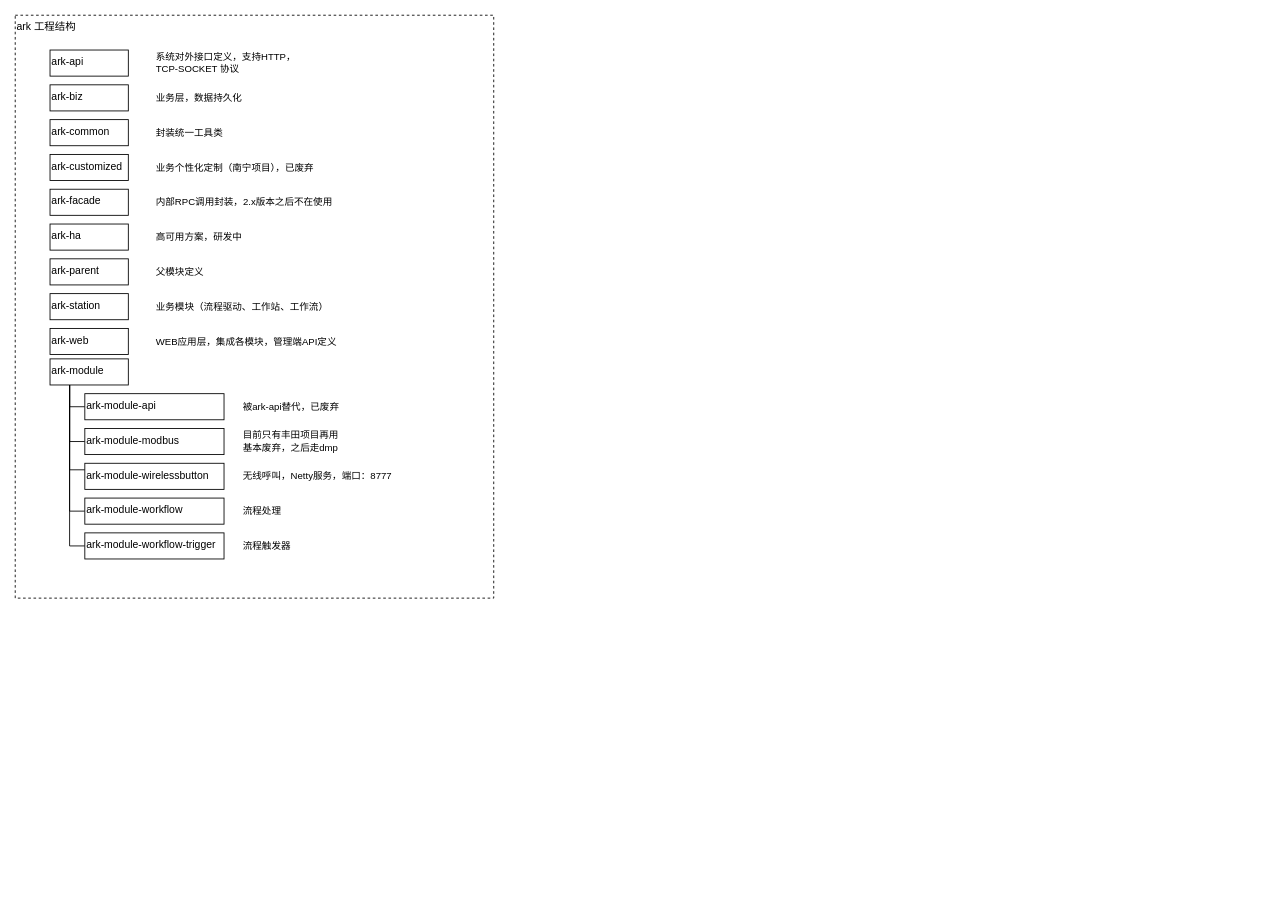
Earlier version of the draw.io diagram page "系统说明" (1 of 3) of Untitled Diagram.drawio (haojava/diagrams). Source tidied: cells renumbered, new cells numbered last; positions are measured from the earlier drawing's top-left corner, leaving out a move shared by most shapes. Both pictures are drawn from the tidied source at 87%, with x=0, y=0 at pixel (15, 15).
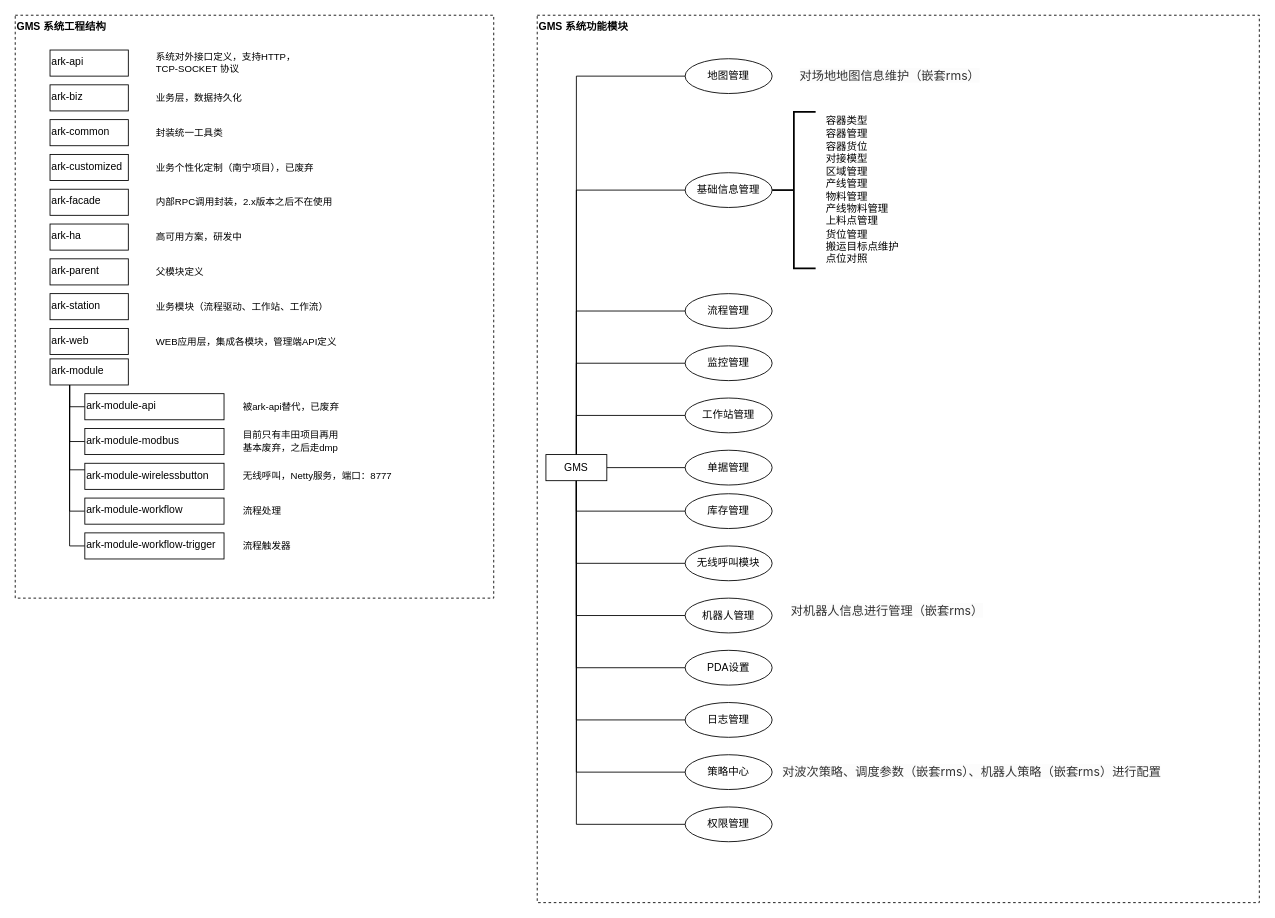
The same diagram, later.

Change to the diagram source:
```diff
@@
-    <mxCell id="2" value="ark 工程结构" style="rounded=0;whiteSpace=wrap;html=1;align=left;verticalAlign=top;dashed=1;" parent="1" vertex="1">
+    <mxCell id="2" value="GMS 系统工程结构" style="rounded=0;whiteSpace=wrap;html=1;align=left;verticalAlign=top;dashed=1;fontStyle=1;" parent="1" vertex="1">
       <mxGeometry width="550" height="670" as="geometry" />
     </mxCell>
@@
+    <mxCell id="37" value="GMS 系统功能模块" style="rounded=0;whiteSpace=wrap;html=1;align=left;verticalAlign=top;dashed=1;fontStyle=1;" parent="1" vertex="1">
+      <mxGeometry x="600" width="830" height="1020" as="geometry" />
+    </mxCell>
+    <mxCell id="38" style="edgeStyle=orthogonalEdgeStyle;rounded=0;jettySize=auto;html=1;endArrow=none;endFill=0;" parent="1" edge="1" source="51" target="52">
+      <mxGeometry relative="1" as="geometry">
+        <Array as="points">
+          <mxPoint x="645" y="70" />
+        </Array>
+      </mxGeometry>
+    </mxCell>
+    <mxCell id="39" style="edgeStyle=orthogonalEdgeStyle;rounded=0;jettySize=auto;html=1;exitX=0.5;exitY=0;exitDx=0;exitDy=0;entryX=0;entryY=0.5;entryDx=0;entryDy=0;endArrow=none;endFill=0;" parent="1" edge="1" source="51" target="69">
+      <mxGeometry relative="1" as="geometry" />
+    </mxCell>
+    <mxCell id="40" style="edgeStyle=orthogonalEdgeStyle;rounded=0;jettySize=auto;html=1;exitX=0.5;exitY=0;exitDx=0;exitDy=0;entryX=0;entryY=0.5;entryDx=0;entryDy=0;endArrow=none;endFill=0;" parent="1" edge="1" source="51" target="55">
+      <mxGeometry relative="1" as="geometry" />
+    </mxCell>
+    <mxCell id="41" style="edgeStyle=orthogonalEdgeStyle;rounded=0;jettySize=auto;html=1;exitX=0.5;exitY=0;exitDx=0;exitDy=0;entryX=0;entryY=0.5;entryDx=0;entryDy=0;endArrow=none;endFill=0;" parent="1" edge="1" source="51" target="56">
+      <mxGeometry relative="1" as="geometry" />
+    </mxCell>
+    <mxCell id="42" style="edgeStyle=orthogonalEdgeStyle;rounded=0;jettySize=auto;html=1;exitX=0.5;exitY=0;exitDx=0;exitDy=0;entryX=0;entryY=0.5;entryDx=0;entryDy=0;endArrow=none;endFill=0;" parent="1" edge="1" source="51" target="57">
+      <mxGeometry relative="1" as="geometry" />
+    </mxCell>
+    <mxCell id="43" style="edgeStyle=orthogonalEdgeStyle;rounded=0;jettySize=auto;html=1;exitX=1;exitY=0.5;exitDx=0;exitDy=0;entryX=0;entryY=0.5;entryDx=0;entryDy=0;endArrow=none;endFill=0;" parent="1" edge="1" source="51" target="58">
+      <mxGeometry relative="1" as="geometry" />
+    </mxCell>
+    <mxCell id="44" style="edgeStyle=orthogonalEdgeStyle;rounded=0;jettySize=auto;html=1;exitX=0.5;exitY=1;exitDx=0;exitDy=0;entryX=0;entryY=0.5;entryDx=0;entryDy=0;endArrow=none;endFill=0;" parent="1" edge="1" source="51" target="59">
+      <mxGeometry relative="1" as="geometry" />
+    </mxCell>
+    <mxCell id="45" style="edgeStyle=orthogonalEdgeStyle;rounded=0;jettySize=auto;html=1;exitX=0.5;exitY=1;exitDx=0;exitDy=0;entryX=0;entryY=0.5;entryDx=0;entryDy=0;endArrow=none;endFill=0;" parent="1" edge="1" source="51" target="60">
+      <mxGeometry relative="1" as="geometry" />
+    </mxCell>
+    <mxCell id="46" style="edgeStyle=orthogonalEdgeStyle;rounded=0;jettySize=auto;html=1;exitX=0.5;exitY=1;exitDx=0;exitDy=0;entryX=0;entryY=0.5;entryDx=0;entryDy=0;endArrow=none;endFill=0;" parent="1" edge="1" source="51" target="61">
+      <mxGeometry relative="1" as="geometry" />
+    </mxCell>
+    <mxCell id="47" style="edgeStyle=orthogonalEdgeStyle;rounded=0;jettySize=auto;html=1;exitX=0.5;exitY=1;exitDx=0;exitDy=0;entryX=0;entryY=0.5;entryDx=0;entryDy=0;endArrow=none;endFill=0;" parent="1" edge="1" source="51" target="62">
+      <mxGeometry relative="1" as="geometry" />
+    </mxCell>
+    <mxCell id="48" style="edgeStyle=orthogonalEdgeStyle;rounded=0;jettySize=auto;html=1;exitX=0.5;exitY=1;exitDx=0;exitDy=0;entryX=0;entryY=0.5;entryDx=0;entryDy=0;endArrow=none;endFill=0;" parent="1" edge="1" source="51" target="63">
+      <mxGeometry relative="1" as="geometry" />
+    </mxCell>
+    <mxCell id="49" style="edgeStyle=orthogonalEdgeStyle;rounded=0;jettySize=auto;html=1;exitX=0.5;exitY=1;exitDx=0;exitDy=0;entryX=0;entryY=0.5;entryDx=0;entryDy=0;endArrow=none;endFill=0;" parent="1" edge="1" source="51" target="64">
+      <mxGeometry relative="1" as="geometry" />
+    </mxCell>
+    <mxCell id="50" style="edgeStyle=orthogonalEdgeStyle;rounded=0;jettySize=auto;html=1;exitX=0.5;exitY=1;exitDx=0;exitDy=0;entryX=0;entryY=0.5;entryDx=0;entryDy=0;endArrow=none;endFill=0;" parent="1" edge="1" source="51" target="65">
+      <mxGeometry relative="1" as="geometry" />
+    </mxCell>
+    <mxCell id="51" value="GMS" style="rounded=0;whiteSpace=wrap;html=1;" parent="1" vertex="1">
+      <mxGeometry x="610" y="505" width="70" height="30" as="geometry" />
+    </mxCell>
+    <mxCell id="52" value="地图管理" style="ellipse;whiteSpace=wrap;html=1;rounded=0;" parent="1" vertex="1">
+      <mxGeometry x="770" y="50" width="100" height="40" as="geometry" />
+    </mxCell>
+    <mxCell id="53" style="strokeWidth=2;html=1;shape=mxgraph.flowchart.annotation_2;align=left;labelPosition=right;" parent="1" vertex="1">
+      <mxGeometry x="870" y="111" width="50" height="180" as="geometry" />
+    </mxCell>
+    <mxCell id="54" value="容器类型&lt;br&gt;容器管理&lt;br&gt;容器货位&lt;br&gt;对接模型&lt;br&gt;区域管理&lt;br&gt;产线管理&lt;br&gt;物料管理&lt;br&gt;产线物料管理&lt;br&gt;上料点管理&lt;br&gt;货位管理&lt;br&gt;搬运目标点维护&lt;br&gt;点位对照" style="text;html=1;strokeColor=none;fillColor=none;align=left;verticalAlign=middle;whiteSpace=wrap;rounded=0;" parent="1" vertex="1">
+      <mxGeometry x="930" y="116" width="150" height="170" as="geometry" />
+    </mxCell>
+    <mxCell id="55" value="流程管理" style="ellipse;whiteSpace=wrap;html=1;rounded=0;" parent="1" vertex="1">
+      <mxGeometry x="770" y="320" width="100" height="40" as="geometry" />
+    </mxCell>
+    <mxCell id="56" value="监控管理" style="ellipse;whiteSpace=wrap;html=1;rounded=0;" parent="1" vertex="1">
+      <mxGeometry x="770" y="380" width="100" height="40" as="geometry" />
+    </mxCell>
+    <mxCell id="57" value="工作站管理" style="ellipse;whiteSpace=wrap;html=1;rounded=0;" parent="1" vertex="1">
+      <mxGeometry x="770" y="440" width="100" height="40" as="geometry" />
+    </mxCell>
+    <mxCell id="58" value="单据管理" style="ellipse;whiteSpace=wrap;html=1;rounded=0;" parent="1" vertex="1">
+      <mxGeometry x="770" y="500" width="100" height="40" as="geometry" />
+    </mxCell>
+    <mxCell id="59" value="库存管理" style="ellipse;whiteSpace=wrap;html=1;rounded=0;" parent="1" vertex="1">
+      <mxGeometry x="770" y="550" width="100" height="40" as="geometry" />
+    </mxCell>
+    <mxCell id="60" value="无线呼叫模块" style="ellipse;whiteSpace=wrap;html=1;rounded=0;" parent="1" vertex="1">
+      <mxGeometry x="770" y="610" width="100" height="40" as="geometry" />
+    </mxCell>
+    <mxCell id="61" value="机器人管理" style="ellipse;whiteSpace=wrap;html=1;rounded=0;" parent="1" vertex="1">
+      <mxGeometry x="770" y="670" width="100" height="40" as="geometry" />
+    </mxCell>
+    <mxCell id="62" value="PDA设置" style="ellipse;whiteSpace=wrap;html=1;rounded=0;" parent="1" vertex="1">
+      <mxGeometry x="770" y="730" width="100" height="40" as="geometry" />
+    </mxCell>
+    <mxCell id="63" value="日志管理" style="ellipse;whiteSpace=wrap;html=1;rounded=0;" parent="1" vertex="1">
+      <mxGeometry x="770" y="790" width="100" height="40" as="geometry" />
+    </mxCell>
+    <mxCell id="64" value="策略中心" style="ellipse;whiteSpace=wrap;html=1;rounded=0;" parent="1" vertex="1">
+      <mxGeometry x="770" y="850" width="100" height="40" as="geometry" />
+    </mxCell>
+    <mxCell id="65" value="权限管理" style="ellipse;whiteSpace=wrap;html=1;rounded=0;" parent="1" vertex="1">
+      <mxGeometry x="770" y="910" width="100" height="40" as="geometry" />
+    </mxCell>
+    <mxCell id="66" value="&lt;span style=&quot;color: rgb(51, 51, 51); font-family: -apple-system, BlinkMacSystemFont, &amp;quot;Segoe UI&amp;quot;, Roboto, Oxygen, Ubuntu, &amp;quot;Fira Sans&amp;quot;, &amp;quot;Droid Sans&amp;quot;, &amp;quot;Helvetica Neue&amp;quot;, sans-serif; font-size: 14px; background-color: rgb(252, 252, 252);&quot;&gt;对波次策略、调度参数&lt;/span&gt;&lt;span style=&quot;color: rgb(51, 51, 51); font-family: -apple-system, BlinkMacSystemFont, &amp;quot;Segoe UI&amp;quot;, Roboto, Oxygen, Ubuntu, &amp;quot;Fira Sans&amp;quot;, &amp;quot;Droid Sans&amp;quot;, &amp;quot;Helvetica Neue&amp;quot;, sans-serif; font-size: 14px; background-color: rgb(252, 252, 252);&quot;&gt;（嵌套rms）&lt;/span&gt;&lt;span style=&quot;color: rgb(51, 51, 51); font-family: -apple-system, BlinkMacSystemFont, &amp;quot;Segoe UI&amp;quot;, Roboto, Oxygen, Ubuntu, &amp;quot;Fira Sans&amp;quot;, &amp;quot;Droid Sans&amp;quot;, &amp;quot;Helvetica Neue&amp;quot;, sans-serif; font-size: 14px; background-color: rgb(252, 252, 252);&quot;&gt;、机器人策略&lt;/span&gt;&lt;span style=&quot;color: rgb(51, 51, 51); font-family: -apple-system, BlinkMacSystemFont, &amp;quot;Segoe UI&amp;quot;, Roboto, Oxygen, Ubuntu, &amp;quot;Fira Sans&amp;quot;, &amp;quot;Droid Sans&amp;quot;, &amp;quot;Helvetica Neue&amp;quot;, sans-serif; font-size: 14px; background-color: rgb(252, 252, 252);&quot;&gt;（嵌套rms）&lt;/span&gt;&lt;span style=&quot;color: rgb(51, 51, 51); font-family: -apple-system, BlinkMacSystemFont, &amp;quot;Segoe UI&amp;quot;, Roboto, Oxygen, Ubuntu, &amp;quot;Fira Sans&amp;quot;, &amp;quot;Droid Sans&amp;quot;, &amp;quot;Helvetica Neue&amp;quot;, sans-serif; font-size: 14px; background-color: rgb(252, 252, 252);&quot;&gt;进行配置&lt;/span&gt;" style="text;html=1;strokeColor=none;fillColor=none;align=left;verticalAlign=middle;whiteSpace=wrap;rounded=0;" parent="1" vertex="1">
+      <mxGeometry x="880" y="855" width="460" height="30" as="geometry" />
+    </mxCell>
+    <mxCell id="67" value="&lt;span style=&quot;color: rgb(51, 51, 51); font-family: -apple-system, BlinkMacSystemFont, &amp;quot;Segoe UI&amp;quot;, Roboto, Oxygen, Ubuntu, &amp;quot;Fira Sans&amp;quot;, &amp;quot;Droid Sans&amp;quot;, &amp;quot;Helvetica Neue&amp;quot;, sans-serif; font-size: 14px; background-color: rgb(252, 252, 252);&quot;&gt;对机器人信息进行管理（嵌套rms）&lt;/span&gt;" style="text;html=1;strokeColor=none;fillColor=none;align=left;verticalAlign=middle;whiteSpace=wrap;rounded=0;" parent="1" vertex="1">
+      <mxGeometry x="890" y="670" width="280" height="30" as="geometry" />
+    </mxCell>
+    <mxCell id="68" value="&lt;span style=&quot;color: rgb(51, 51, 51); font-family: -apple-system, BlinkMacSystemFont, &amp;quot;Segoe UI&amp;quot;, Roboto, Oxygen, Ubuntu, &amp;quot;Fira Sans&amp;quot;, &amp;quot;Droid Sans&amp;quot;, &amp;quot;Helvetica Neue&amp;quot;, sans-serif; font-size: 14px; background-color: rgb(252, 252, 252);&quot;&gt;对场地地图信息维护&lt;/span&gt;&lt;span style=&quot;color: rgb(51, 51, 51); font-family: -apple-system, BlinkMacSystemFont, &amp;quot;Segoe UI&amp;quot;, Roboto, Oxygen, Ubuntu, &amp;quot;Fira Sans&amp;quot;, &amp;quot;Droid Sans&amp;quot;, &amp;quot;Helvetica Neue&amp;quot;, sans-serif; font-size: 14px; background-color: rgb(252, 252, 252);&quot;&gt;（嵌套rms）&lt;/span&gt;" style="text;html=1;strokeColor=none;fillColor=none;align=left;verticalAlign=middle;whiteSpace=wrap;rounded=0;" parent="1" vertex="1">
+      <mxGeometry x="900" y="55" width="280" height="30" as="geometry" />
+    </mxCell>
+    <mxCell id="69" value="基础信息管理" style="ellipse;whiteSpace=wrap;html=1;rounded=0;" parent="1" vertex="1">
+      <mxGeometry x="770" y="181" width="100" height="40" as="geometry" />
+    </mxCell>
```
